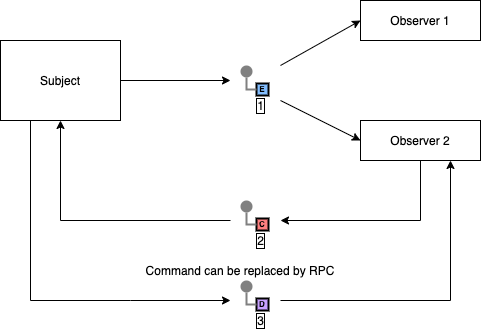
Before: messaging/images/event-notification.drawio.png, a diagram exported from draw.io (harshadnawathe/slides). Source tidied: cells renumbered, new cells last; positions are measured from the earlier drawing's top-left corner, leaving out a move shared by most shapes.
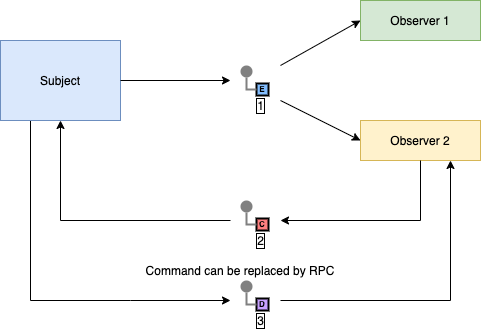
The same diagram one commit later.

Commit message:
Harshad - Update figure for event-notification pattern

What changed in the source:
```diff
@@ -11,7 +11,7 @@
         </Array>
       </mxGeometry>
     </mxCell>
-    <mxCell id="3" value="Subject" style="rounded=0;whiteSpace=wrap;html=1;" parent="1" vertex="1">
+    <mxCell id="3" value="Subject" style="rounded=0;whiteSpace=wrap;html=1;fillColor=#dae8fc;strokeColor=#6c8ebf;" parent="1" vertex="1">
       <mxGeometry y="40" width="120" height="80" as="geometry" />
     </mxCell>
     <mxCell id="4" style="group;" parent="1" vertex="1">
@@ -36,10 +36,10 @@
         <mxPoint x="280" y="65" as="sourcePoint" />
       </mxGeometry>
     </mxCell>
-    <mxCell id="10" value="Observer 1" style="rounded=0;whiteSpace=wrap;html=1;" parent="1" vertex="1">
+    <mxCell id="10" value="Observer 1" style="rounded=0;whiteSpace=wrap;html=1;fillColor=#d5e8d4;strokeColor=#82b366;" parent="1" vertex="1">
       <mxGeometry x="360" width="120" height="40" as="geometry" />
     </mxCell>
-    <mxCell id="11" value="Observer 2" style="rounded=0;whiteSpace=wrap;html=1;" parent="1" vertex="1">
+    <mxCell id="11" value="Observer 2" style="rounded=0;whiteSpace=wrap;html=1;fillColor=#fff2cc;strokeColor=#d6b656;" parent="1" vertex="1">
       <mxGeometry x="360" y="120" width="120" height="40" as="geometry" />
     </mxCell>
     <mxCell id="12" style="endArrow=classic;html=1;entryX=0;entryY=0.5;entryDx=0;entryDy=0;" parent="1" edge="1" target="11">
```
